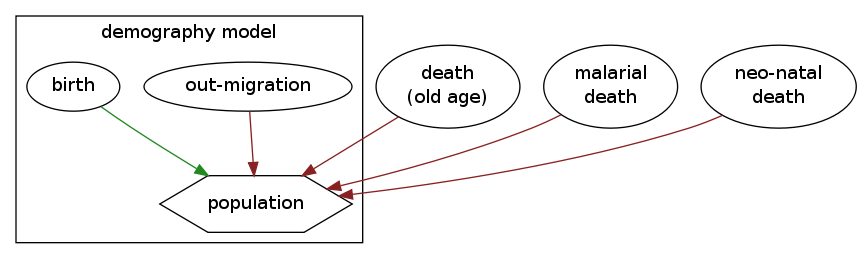
SwissTPH/openmalaria.svn-archive keeps this Graphviz diagram as wiki/graphs/human-demography.png. Above is the earlier version. Its source is kept beside it as wiki/graphs/human-demography.dot. Source of this version:
```dot

digraph {
    edge[ fontcolor="#777777" ]

    subgraph cluster_demography {
	label="demography model"
	population[ shape=hexagon ]
	out_migration[ label="out-migration" ]

	birth -> population[ color="#228822" ]
	out_migration -> population[ color="#882222" ]
    }

    too_old[ label="death\n(old age)" ]
    cf[ label="malarial\ndeath" ]
    neonatal[ label="neo-natal\ndeath" ]

    { too_old; cf; neonatal } -> population[ color="#882222" ]

}
```
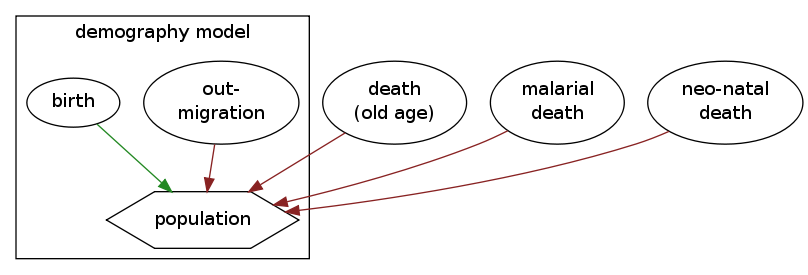
The same diagram one commit later.

Commit message:
Added diagram for event-scheduler clinical model

What changed in the source:
```diff
@@ -5,7 +5,7 @@
     subgraph cluster_demography {
 	label="demography model"
 	population[ shape=hexagon ]
-	out_migration[ label="out-migration" ]
+	out_migration[ label="out-\nmigration" ]
 
 	birth -> population[ color="#228822" ]
 	out_migration -> population[ color="#882222" ]
```
